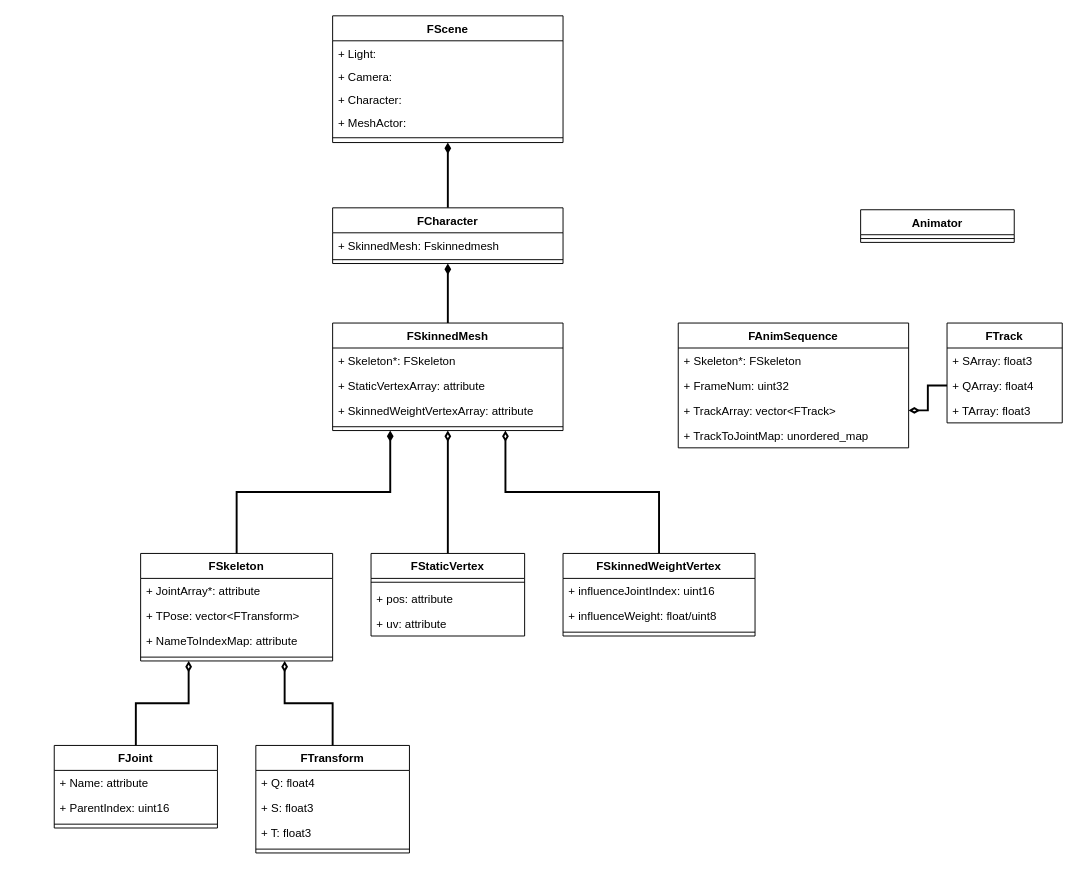
This is UML_SkeletonMesh.drawio from Mag357num/D3D12DrawMesh, a draw.io file, before an edit. Source tidied: cells renumbered, new cells numbered last; positions are measured from the earlier drawing's top-left corner, leaving out a move shared by most shapes. Both pictures are drawn from the tidied source at 96%, with x=0, y=0 at pixel (54, 15).
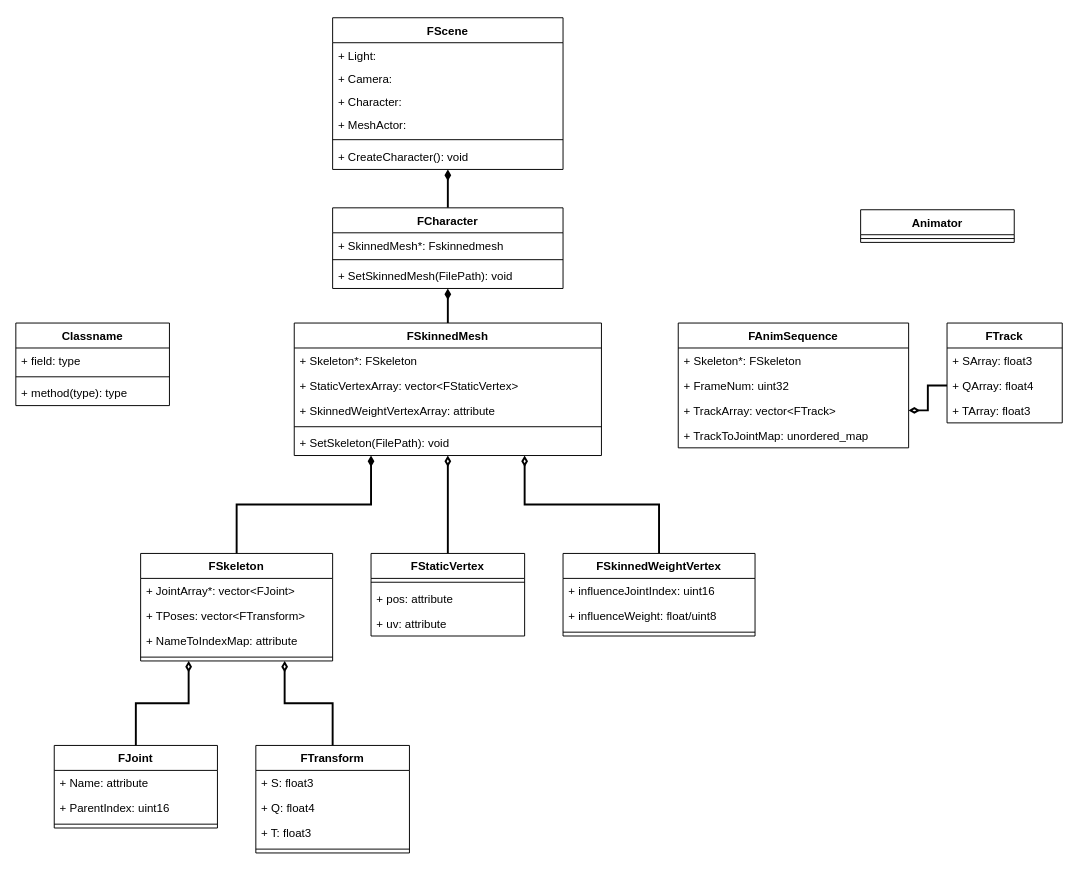
Above is the later version.

The change refers to these unchanged cells:
```xml
<mxCell id="26" value="FSkeleton" style="swimlane;fontStyle=1;align=center;verticalAlign=top;horizontal=1;startSize=26;" parent="1" vertex="1">
  <mxGeometry x="90" y="560" width="200" height="112" as="geometry" />
</mxCell>
<mxCell id="41" value="FTransform" style="swimlane;fontStyle=1;align=center;verticalAlign=top;horizontal=1;startSize=26;" parent="1" vertex="1">
  <mxGeometry x="210" y="760" width="160" height="112" as="geometry" />
</mxCell>
```

What changed in the source:
```diff
@@
     <mxCell id="3" value="FCharacter" style="swimlane;fontStyle=1;align=center;verticalAlign=top;horizontal=1;startSize=26;" parent="1" vertex="1">
-      <mxGeometry x="290" y="200" width="240" height="58" as="geometry" />
+      <mxGeometry x="290" y="200" width="240" height="84" as="geometry" />
     </mxCell>
-    <mxCell id="4" value="+ SkinnedMesh: Fskinnedmesh" style="text;strokeColor=none;fillColor=none;align=left;verticalAlign=top;spacingLeft=4;spacingRight=4;overflow=hidden;" parent="3" vertex="1">
+    <mxCell id="4" value="+ SkinnedMesh*: Fskinnedmesh" style="text;strokeColor=none;fillColor=none;align=left;verticalAlign=top;spacingLeft=4;spacingRight=4;overflow=hidden;" parent="3" vertex="1">
       <mxGeometry y="26" width="240" height="24" as="geometry" />
     </mxCell>
@@
+    <mxCell id="57" value="+ SetSkinnedMesh(FilePath): void" style="text;strokeColor=none;fillColor=none;align=left;verticalAlign=top;spacingLeft=4;spacingRight=4;overflow=hidden;" parent="3" vertex="1">
+      <mxGeometry y="58" width="240" height="26" as="geometry" />
+    </mxCell>
@@
     <mxCell id="12" value="FSkinnedMesh" style="swimlane;fontStyle=1;align=center;verticalAlign=top;horizontal=1;startSize=26;" parent="1" vertex="1">
-      <mxGeometry x="290" y="320" width="240" height="112" as="geometry" />
+      <mxGeometry x="250" y="320" width="320" height="138" as="geometry" />
     </mxCell>
     <mxCell id="13" value="+ Skeleton*: FSkeleton" style="text;strokeColor=none;fillColor=none;align=left;verticalAlign=top;spacingLeft=4;spacingRight=4;overflow=hidden;" parent="12" vertex="1">
-      <mxGeometry y="26" width="240" height="26" as="geometry" />
+      <mxGeometry y="26" width="320" height="26" as="geometry" />
     </mxCell>
-    <mxCell id="14" value="+ StaticVertexArray: attribute" style="text;strokeColor=none;fillColor=none;align=left;verticalAlign=top;spacingLeft=4;spacingRight=4;overflow=hidden;" parent="12" vertex="1">
-      <mxGeometry y="52" width="240" height="26" as="geometry" />
+    <mxCell id="14" value="+ StaticVertexArray: vector&lt;FStaticVertex&gt;" style="text;strokeColor=none;fillColor=none;align=left;verticalAlign=top;spacingLeft=4;spacingRight=4;overflow=hidden;" parent="12" vertex="1">
+      <mxGeometry y="52" width="320" height="26" as="geometry" />
     </mxCell>
     <mxCell id="15" value="+ SkinnedWeightVertexArray: attribute" style="text;strokeColor=none;fillColor=none;align=left;verticalAlign=top;spacingLeft=4;spacingRight=4;overflow=hidden;" parent="12" vertex="1">
-      <mxGeometry y="78" width="240" height="26" as="geometry" />
+      <mxGeometry y="78" width="320" height="26" as="geometry" />
     </mxCell>
     <mxCell id="16" style="line;strokeWidth=1;fillColor=none;align=left;verticalAlign=middle;spacingTop=-1;spacingLeft=3;spacingRight=3;labelPosition=right;" parent="12" vertex="1">
-      <mxGeometry y="104" width="240" height="8" as="geometry" />
+      <mxGeometry y="104" width="320" height="8" as="geometry" />
     </mxCell>
+    <mxCell id="58" value="+ SetSkeleton(FilePath): void" style="text;strokeColor=none;fillColor=none;align=left;verticalAlign=top;spacingLeft=4;spacingRight=4;overflow=hidden;" parent="12" vertex="1">
+      <mxGeometry y="112" width="320" height="26" as="geometry" />
+    </mxCell>
@@
-    <mxCell id="27" value="+ JointArray*: attribute" style="text;strokeColor=none;fillColor=none;align=left;verticalAlign=top;spacingLeft=4;spacingRight=4;overflow=hidden;" parent="26" vertex="1">
+    <mxCell id="27" value="+ JointArray*: vector&lt;FJoint&gt;" style="text;strokeColor=none;fillColor=none;align=left;verticalAlign=top;spacingLeft=4;spacingRight=4;overflow=hidden;" parent="26" vertex="1">
       <mxGeometry y="26" width="200" height="26" as="geometry" />
     </mxCell>
-    <mxCell id="28" value="+ TPose: vector&lt;FTransform&gt;" style="text;strokeColor=none;fillColor=none;align=left;verticalAlign=top;spacingLeft=4;spacingRight=4;overflow=hidden;" parent="26" vertex="1">
+    <mxCell id="28" value="+ TPoses: vector&lt;FTransform&gt;" style="text;strokeColor=none;fillColor=none;align=left;verticalAlign=top;spacingLeft=4;spacingRight=4;overflow=hidden;" parent="26" vertex="1">
       <mxGeometry y="52" width="200" height="26" as="geometry" />
     </mxCell>
@@
+    <mxCell id="43" value="+ S: float3" style="text;strokeColor=none;fillColor=none;align=left;verticalAlign=top;spacingLeft=4;spacingRight=4;overflow=hidden;" parent="41" vertex="1">
+      <mxGeometry y="26" width="160" height="26" as="geometry" />
+    </mxCell>
     <mxCell id="42" value="+ Q: float4" style="text;strokeColor=none;fillColor=none;align=left;verticalAlign=top;spacingLeft=4;spacingRight=4;overflow=hidden;" parent="41" vertex="1">
-      <mxGeometry y="26" width="160" height="26" as="geometry" />
+      <mxGeometry y="52" width="160" height="26" as="geometry" />
     </mxCell>
-    <mxCell id="43" value="+ S: float3" style="text;strokeColor=none;fillColor=none;align=left;verticalAlign=top;spacingLeft=4;spacingRight=4;overflow=hidden;" parent="41" vertex="1">
-      <mxGeometry y="52" width="160" height="26" as="geometry" />
-    </mxCell>
@@
     <mxCell id="46" value="FScene" style="swimlane;fontStyle=1;align=center;verticalAlign=top;horizontal=1;startSize=26;" parent="1" vertex="1">
-      <mxGeometry x="290" width="240" height="132" as="geometry" />
+      <mxGeometry x="290" y="2" width="240" height="158" as="geometry" />
     </mxCell>
@@
+    <mxCell id="59" value="+ CreateCharacter(): void" style="text;strokeColor=none;fillColor=none;align=left;verticalAlign=top;spacingLeft=4;spacingRight=4;overflow=hidden;" parent="46" vertex="1">
+      <mxGeometry y="132" width="240" height="26" as="geometry" />
+    </mxCell>
@@
+    <mxCell id="60" value="Classname" style="swimlane;fontStyle=1;align=center;verticalAlign=top;horizontal=1;startSize=26;" parent="1" vertex="1">
+      <mxGeometry x="-40" y="320" width="160" height="86" as="geometry" />
+    </mxCell>
+    <mxCell id="61" value="+ field: type" style="text;strokeColor=none;fillColor=none;align=left;verticalAlign=top;spacingLeft=4;spacingRight=4;overflow=hidden;" parent="60" vertex="1">
+      <mxGeometry y="26" width="160" height="26" as="geometry" />
+    </mxCell>
+    <mxCell id="62" style="line;strokeWidth=1;fillColor=none;align=left;verticalAlign=middle;spacingTop=-1;spacingLeft=3;spacingRight=3;labelPosition=right;" parent="60" vertex="1">
+      <mxGeometry y="52" width="160" height="8" as="geometry" />
+    </mxCell>
+    <mxCell id="63" value="+ method(type): type" style="text;strokeColor=none;fillColor=none;align=left;verticalAlign=top;spacingLeft=4;spacingRight=4;overflow=hidden;" parent="60" vertex="1">
+      <mxGeometry y="60" width="160" height="26" as="geometry" />
+    </mxCell>
```
